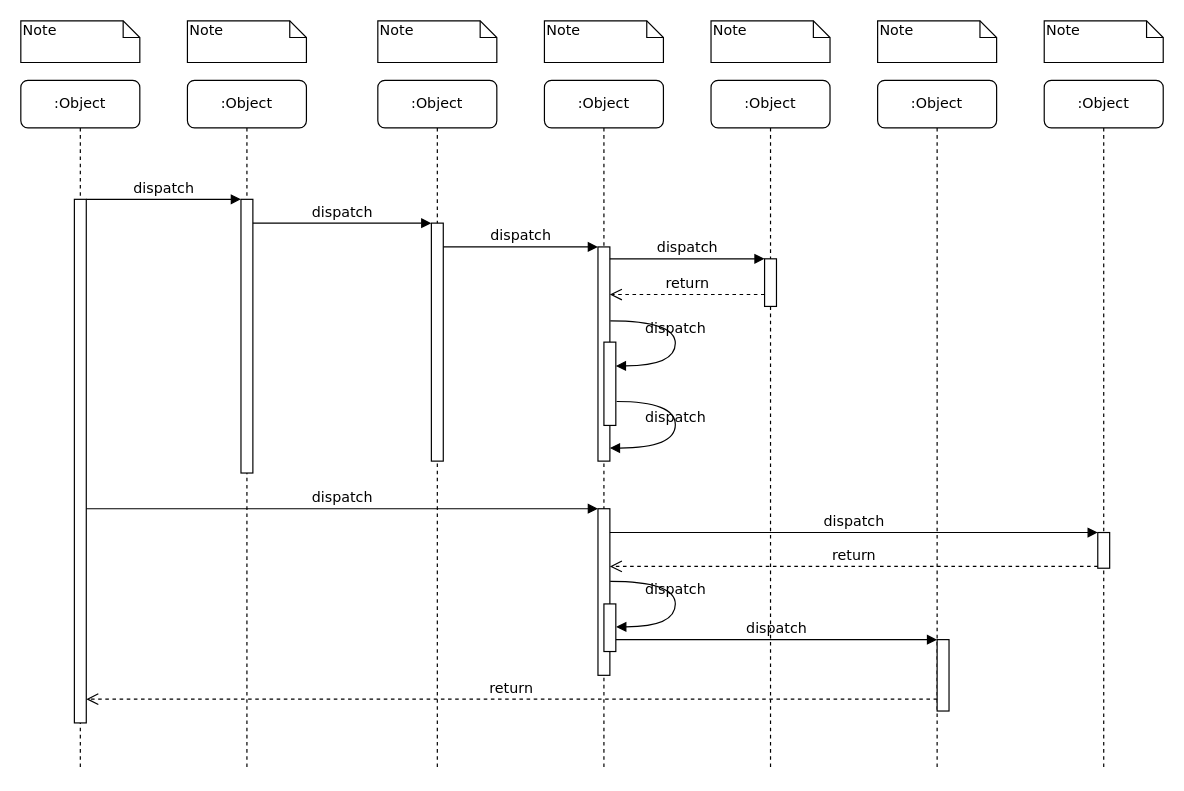
Before: uml/sekwencyjny.drawio in junsevith/GameCalledGo, a draw.io diagram. Source tidied: cells renumbered, new cells numbered last; positions are measured from the earlier drawing's top-left corner, leaving out a move shared by most shapes. Both pictures are drawn from the tidied source at 119%, with x=0, y=0 at pixel (20, 20).
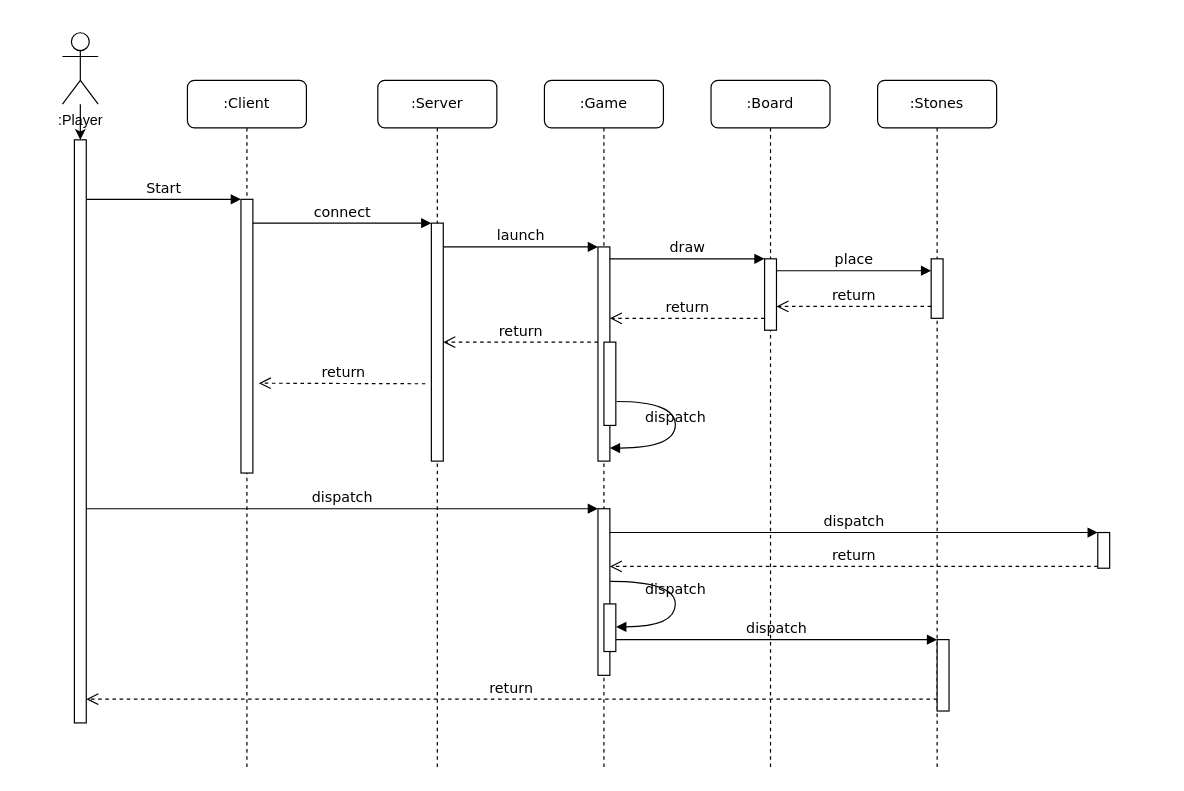
The same page after the edit.

Unchanged cells that the change refers to:
```xml
<mxCell id="3" style="html=1;points=[];perimeter=orthogonalPerimeter;rounded=0;shadow=0;comic=0;labelBackgroundColor=none;strokeWidth=1;fontFamily=Verdana;fontSize=12;align=center;" parent="2" vertex="1">
  <mxGeometry x="45" y="100" width="10" height="230" as="geometry" />
</mxCell>
<mxCell id="5" style="html=1;points=[];perimeter=orthogonalPerimeter;rounded=0;shadow=0;comic=0;labelBackgroundColor=none;strokeWidth=1;fontFamily=Verdana;fontSize=12;align=center;" parent="4" vertex="1">
  <mxGeometry x="45" y="120" width="10" height="200" as="geometry" />
</mxCell>
<mxCell id="12" style="html=1;points=[];perimeter=orthogonalPerimeter;rounded=0;shadow=0;comic=0;labelBackgroundColor=none;strokeWidth=1;fontFamily=Verdana;fontSize=12;align=center;" parent="1" vertex="1">
  <mxGeometry x="485" y="190" width="10" height="180" as="geometry" />
</mxCell>
<mxCell id="27" style="html=1;points=[];perimeter=orthogonalPerimeter;rounded=0;shadow=0;comic=0;labelBackgroundColor=none;strokeWidth=1;fontFamily=Verdana;fontSize=12;align=center;" parent="1" vertex="1">
  <mxGeometry x="490" y="270" width="10" height="70" as="geometry" />
</mxCell>
```

The edit, as a diff of the source:
```diff
@@
-    <mxCell id="2" value=":Object" style="shape=umlLifeline;perimeter=lifelinePerimeter;whiteSpace=wrap;html=1;rounded=1;shadow=0;comic=0;labelBackgroundColor=none;strokeWidth=1;fontFamily=Verdana;fontSize=12;align=center;" parent="1" vertex="1">
+    <mxCell id="2" value=":Client" style="shape=umlLifeline;perimeter=lifelinePerimeter;whiteSpace=wrap;html=1;rounded=1;shadow=0;comic=0;labelBackgroundColor=none;strokeWidth=1;fontFamily=Verdana;fontSize=12;align=center;" parent="1" vertex="1">
       <mxGeometry x="140" y="50" width="100" height="580" as="geometry" />
     </mxCell>
@@
-    <mxCell id="4" value=":Object" style="shape=umlLifeline;perimeter=lifelinePerimeter;whiteSpace=wrap;html=1;rounded=1;shadow=0;comic=0;labelBackgroundColor=none;strokeWidth=1;fontFamily=Verdana;fontSize=12;align=center;" parent="1" vertex="1">
+    <mxCell id="4" value=":Server" style="shape=umlLifeline;perimeter=lifelinePerimeter;whiteSpace=wrap;html=1;rounded=1;shadow=0;comic=0;labelBackgroundColor=none;strokeWidth=1;fontFamily=Verdana;fontSize=12;align=center;" parent="1" vertex="1">
       <mxGeometry x="300" y="50" width="100" height="580" as="geometry" />
     </mxCell>
@@
+    <mxCell id="39" value="return" style="html=1;verticalAlign=bottom;endArrow=open;dashed=1;endSize=8;labelBackgroundColor=none;fontFamily=Verdana;fontSize=12;edgeStyle=elbowEdgeStyle;elbow=vertical;" parent="4" edge="1">
+      <mxGeometry relative="1" as="geometry">
+        <mxPoint x="185" y="220" as="sourcePoint" />
+        <mxPoint x="55" y="220" as="targetPoint" />
+        <Array as="points">
+          <mxPoint x="160" y="220" />
+          <mxPoint x="130" y="200" />
+          <mxPoint x="160" y="200" />
+        </Array>
+      </mxGeometry>
+    </mxCell>
-    <mxCell id="6" value=":Object" style="shape=umlLifeline;perimeter=lifelinePerimeter;whiteSpace=wrap;html=1;rounded=1;shadow=0;comic=0;labelBackgroundColor=none;strokeWidth=1;fontFamily=Verdana;fontSize=12;align=center;" parent="1" vertex="1">
+    <mxCell id="6" value=":Game" style="shape=umlLifeline;perimeter=lifelinePerimeter;whiteSpace=wrap;html=1;rounded=1;shadow=0;comic=0;labelBackgroundColor=none;strokeWidth=1;fontFamily=Verdana;fontSize=12;align=center;" parent="1" vertex="1">
       <mxGeometry x="440" y="50" width="100" height="580" as="geometry" />
     </mxCell>
-    <mxCell id="7" value=":Object" style="shape=umlLifeline;perimeter=lifelinePerimeter;whiteSpace=wrap;html=1;rounded=1;shadow=0;comic=0;labelBackgroundColor=none;strokeWidth=1;fontFamily=Verdana;fontSize=12;align=center;" parent="1" vertex="1">
+    <mxCell id="7" value=":Board" style="shape=umlLifeline;perimeter=lifelinePerimeter;whiteSpace=wrap;html=1;rounded=1;shadow=0;comic=0;labelBackgroundColor=none;strokeWidth=1;fontFamily=Verdana;fontSize=12;align=center;" parent="1" vertex="1">
       <mxGeometry x="580" y="50" width="100" height="580" as="geometry" />
     </mxCell>
-    <mxCell id="8" value=":Object" style="shape=umlLifeline;perimeter=lifelinePerimeter;whiteSpace=wrap;html=1;rounded=1;shadow=0;comic=0;labelBackgroundColor=none;strokeWidth=1;fontFamily=Verdana;fontSize=12;align=center;" parent="1" vertex="1">
+    <mxCell id="8" value=":Stones" style="shape=umlLifeline;perimeter=lifelinePerimeter;whiteSpace=wrap;html=1;rounded=1;shadow=0;comic=0;labelBackgroundColor=none;strokeWidth=1;fontFamily=Verdana;fontSize=12;align=center;" parent="1" vertex="1">
       <mxGeometry x="720" y="50" width="100" height="580" as="geometry" />
     </mxCell>
-    <mxCell id="9" value=":Object" style="shape=umlLifeline;perimeter=lifelinePerimeter;whiteSpace=wrap;html=1;rounded=1;shadow=0;comic=0;labelBackgroundColor=none;strokeWidth=1;fontFamily=Verdana;fontSize=12;align=center;" parent="1" vertex="1">
-      <mxGeometry x="860" y="50" width="100" height="580" as="geometry" />
-    </mxCell>
-    <mxCell id="10" value=":Object" style="shape=umlLifeline;perimeter=lifelinePerimeter;whiteSpace=wrap;html=1;rounded=1;shadow=0;comic=0;labelBackgroundColor=none;strokeWidth=1;fontFamily=Verdana;fontSize=12;align=center;" parent="1" vertex="1">
-      <mxGeometry y="50" width="100" height="580" as="geometry" />
-    </mxCell>
-    <mxCell id="11" style="html=1;points=[];perimeter=orthogonalPerimeter;rounded=0;shadow=0;comic=0;labelBackgroundColor=none;strokeWidth=1;fontFamily=Verdana;fontSize=12;align=center;" parent="10" vertex="1">
-      <mxGeometry x="45" y="100" width="10" height="440" as="geometry" />
-    </mxCell>
+    <mxCell id="40" value="place" style="html=1;verticalAlign=bottom;endArrow=block;entryX=0;entryY=0;labelBackgroundColor=none;fontFamily=Verdana;fontSize=12;edgeStyle=elbowEdgeStyle;elbow=vertical;" parent="8" edge="1">
+      <mxGeometry relative="1" as="geometry">
+        <mxPoint x="-85" y="160" as="sourcePoint" />
+        <mxPoint x="45" y="160" as="targetPoint" />
+      </mxGeometry>
+    </mxCell>
+    <mxCell id="41" style="html=1;perimeter=orthogonalPerimeter;rounded=0;shadow=0;comic=0;labelBackgroundColor=none;strokeWidth=1;fontFamily=Verdana;fontSize=12;align=center;" parent="8" vertex="1">
+      <mxGeometry x="45" y="150" width="10" height="50" as="geometry" />
+    </mxCell>
@@
-    <mxCell id="13" value="dispatch" style="html=1;verticalAlign=bottom;endArrow=block;labelBackgroundColor=none;fontFamily=Verdana;fontSize=12;edgeStyle=elbowEdgeStyle;elbow=vertical;" parent="1" edge="1" source="5" target="12">
+    <mxCell id="13" value="launch" style="html=1;verticalAlign=bottom;endArrow=block;labelBackgroundColor=none;fontFamily=Verdana;fontSize=12;edgeStyle=elbowEdgeStyle;elbow=vertical;" parent="1" edge="1" source="5" target="12">
       <mxGeometry relative="1" as="geometry">
         <Array as="points">
           <mxPoint x="360" y="190" />
         </Array>
       </mxGeometry>
     </mxCell>
     <mxCell id="14" style="html=1;points=[];perimeter=orthogonalPerimeter;rounded=0;shadow=0;comic=0;labelBackgroundColor=none;strokeWidth=1;fontFamily=Verdana;fontSize=12;align=center;" parent="1" vertex="1">
-      <mxGeometry x="625" y="200" width="10" height="40" as="geometry" />
+      <mxGeometry x="625" y="200" width="10" height="60" as="geometry" />
     </mxCell>
-    <mxCell id="15" value="dispatch" style="html=1;verticalAlign=bottom;endArrow=block;entryX=0;entryY=0;labelBackgroundColor=none;fontFamily=Verdana;fontSize=12;edgeStyle=elbowEdgeStyle;elbow=vertical;" parent="1" edge="1" source="12" target="14">
+    <mxCell id="15" value="draw" style="html=1;verticalAlign=bottom;endArrow=block;entryX=0;entryY=0;labelBackgroundColor=none;fontFamily=Verdana;fontSize=12;edgeStyle=elbowEdgeStyle;elbow=vertical;" parent="1" edge="1" source="12" target="14">
       <mxGeometry relative="1" as="geometry" />
     </mxCell>
     <mxCell id="16" value="return" style="html=1;verticalAlign=bottom;endArrow=open;dashed=1;endSize=8;labelBackgroundColor=none;fontFamily=Verdana;fontSize=12;edgeStyle=elbowEdgeStyle;elbow=vertical;" parent="1" edge="1" source="14" target="12">
       <mxGeometry relative="1" as="geometry">
         <Array as="points">
+          <mxPoint x="600" y="250" />
           <mxPoint x="570" y="230" />
           <mxPoint x="600" y="230" />
         </Array>
       </mxGeometry>
     </mxCell>
@@
-    <mxCell id="25" value="dispatch" style="html=1;verticalAlign=bottom;endArrow=block;entryX=0;entryY=0;labelBackgroundColor=none;fontFamily=Verdana;fontSize=12;edgeStyle=elbowEdgeStyle;elbow=vertical;" parent="1" edge="1" source="11" target="3">
+    <mxCell id="25" value="Start" style="html=1;verticalAlign=bottom;endArrow=block;entryX=0;entryY=0;labelBackgroundColor=none;fontFamily=Verdana;fontSize=12;edgeStyle=elbowEdgeStyle;elbow=vertical;" parent="1" edge="1" source="11" target="3">
       <mxGeometry relative="1" as="geometry" />
     </mxCell>
-    <mxCell id="26" value="dispatch" style="html=1;verticalAlign=bottom;endArrow=block;entryX=0;entryY=0;labelBackgroundColor=none;fontFamily=Verdana;fontSize=12;edgeStyle=elbowEdgeStyle;elbow=vertical;" parent="1" edge="1" source="3" target="5">
+    <mxCell id="26" value="connect" style="html=1;verticalAlign=bottom;endArrow=block;entryX=0;entryY=0;labelBackgroundColor=none;fontFamily=Verdana;fontSize=12;edgeStyle=elbowEdgeStyle;elbow=vertical;" parent="1" edge="1" source="3" target="5">
       <mxGeometry relative="1" as="geometry" />
     </mxCell>
@@
-    <mxCell id="28" value="dispatch" style="html=1;verticalAlign=bottom;endArrow=block;labelBackgroundColor=none;fontFamily=Verdana;fontSize=12;elbow=vertical;edgeStyle=orthogonalEdgeStyle;curved=1;entryX=1;entryY=0.286;entryPerimeter=0;exitX=1.038;exitY=0.345;exitPerimeter=0;" parent="1" edge="1" source="12" target="27">
-      <mxGeometry relative="1" as="geometry">
-        <Array as="points">
-          <mxPoint x="550" y="252" />
-          <mxPoint x="550" y="290" />
-        </Array>
-      </mxGeometry>
-    </mxCell>
@@
-    <mxCell id="32" value="Note" style="shape=note;whiteSpace=wrap;html=1;size=14;verticalAlign=top;align=left;spacingTop=-6;rounded=0;shadow=0;comic=0;labelBackgroundColor=none;strokeWidth=1;fontFamily=Verdana;fontSize=12;" parent="1" vertex="1">
-      <mxGeometry width="100" height="35" as="geometry" />
-    </mxCell>
-    <mxCell id="33" value="Note" style="shape=note;whiteSpace=wrap;html=1;size=14;verticalAlign=top;align=left;spacingTop=-6;rounded=0;shadow=0;comic=0;labelBackgroundColor=none;strokeWidth=1;fontFamily=Verdana;fontSize=12;" parent="1" vertex="1">
-      <mxGeometry x="140" width="100" height="35" as="geometry" />
-    </mxCell>
-    <mxCell id="34" value="Note" style="shape=note;whiteSpace=wrap;html=1;size=14;verticalAlign=top;align=left;spacingTop=-6;rounded=0;shadow=0;comic=0;labelBackgroundColor=none;strokeWidth=1;fontFamily=Verdana;fontSize=12;" parent="1" vertex="1">
-      <mxGeometry x="300" width="100" height="35" as="geometry" />
-    </mxCell>
-    <mxCell id="35" value="Note" style="shape=note;whiteSpace=wrap;html=1;size=14;verticalAlign=top;align=left;spacingTop=-6;rounded=0;shadow=0;comic=0;labelBackgroundColor=none;strokeWidth=1;fontFamily=Verdana;fontSize=12;" parent="1" vertex="1">
-      <mxGeometry x="440" width="100" height="35" as="geometry" />
-    </mxCell>
-    <mxCell id="36" value="Note" style="shape=note;whiteSpace=wrap;html=1;size=14;verticalAlign=top;align=left;spacingTop=-6;rounded=0;shadow=0;comic=0;labelBackgroundColor=none;strokeWidth=1;fontFamily=Verdana;fontSize=12;" parent="1" vertex="1">
-      <mxGeometry x="580" width="100" height="35" as="geometry" />
-    </mxCell>
-    <mxCell id="37" value="Note" style="shape=note;whiteSpace=wrap;html=1;size=14;verticalAlign=top;align=left;spacingTop=-6;rounded=0;shadow=0;comic=0;labelBackgroundColor=none;strokeWidth=1;fontFamily=Verdana;fontSize=12;" parent="1" vertex="1">
-      <mxGeometry x="720" width="100" height="35" as="geometry" />
-    </mxCell>
-    <mxCell id="38" value="Note" style="shape=note;whiteSpace=wrap;html=1;size=14;verticalAlign=top;align=left;spacingTop=-6;rounded=0;shadow=0;comic=0;labelBackgroundColor=none;strokeWidth=1;fontFamily=Verdana;fontSize=12;" parent="1" vertex="1">
-      <mxGeometry x="860" width="100" height="35" as="geometry" />
-    </mxCell>
+    <mxCell id="42" style="edgeStyle=orthogonalEdgeStyle;rounded=0;jettySize=auto;html=1;" parent="1" edge="1" source="43" target="11">
+      <mxGeometry relative="1" as="geometry" />
+    </mxCell>
+    <mxCell id="43" value=":Player" style="shape=umlActor;verticalLabelPosition=bottom;verticalAlign=top;html=1;outlineConnect=0;" parent="1" vertex="1">
+      <mxGeometry x="35" y="10" width="30" height="60" as="geometry" />
+    </mxCell>
+    <mxCell id="11" style="html=1;points=[];perimeter=orthogonalPerimeter;rounded=0;shadow=0;comic=0;labelBackgroundColor=none;strokeWidth=1;fontFamily=Verdana;fontSize=12;align=center;" parent="1" vertex="1">
+      <mxGeometry x="45" y="100" width="10" height="490" as="geometry" />
+    </mxCell>
+    <mxCell id="44" value="return" style="html=1;verticalAlign=bottom;endArrow=open;dashed=1;endSize=8;labelBackgroundColor=none;fontFamily=Verdana;fontSize=12;edgeStyle=elbowEdgeStyle;elbow=vertical;" parent="1" edge="1">
+      <mxGeometry relative="1" as="geometry">
+        <mxPoint x="765" y="240" as="sourcePoint" />
+        <mxPoint x="635" y="240" as="targetPoint" />
+        <Array as="points">
+          <mxPoint x="710" y="240" />
+          <mxPoint x="740" y="240" />
+        </Array>
+      </mxGeometry>
+    </mxCell>
+    <mxCell id="45" value="return" style="html=1;verticalAlign=bottom;endArrow=open;dashed=1;endSize=8;labelBackgroundColor=none;fontFamily=Verdana;fontSize=12;edgeStyle=elbowEdgeStyle;elbow=vertical;" parent="1" edge="1">
+      <mxGeometry relative="1" as="geometry">
+        <mxPoint x="340" y="305" as="sourcePoint" />
+        <mxPoint x="200" y="304.5" as="targetPoint" />
+        <Array as="points">
+          <mxPoint x="305" y="304.5" />
+          <mxPoint x="275" y="284.5" />
+          <mxPoint x="305" y="284.5" />
+        </Array>
+      </mxGeometry>
+    </mxCell>
```
